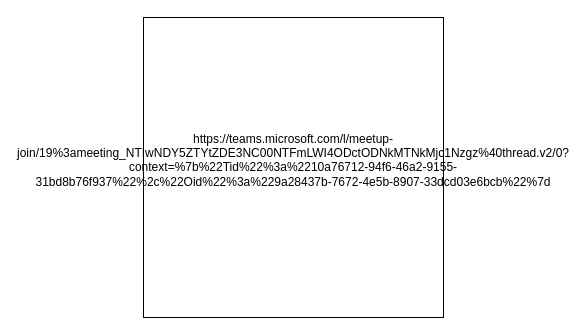
This is Diagrama sin título.drawio from rgil93/Prueba, a draw.io file, before an edit. Source tidied: cells renumbered, new cells numbered last; positions are measured from the earlier drawing's top-left corner, leaving out a move shared by most shapes. Both pictures are drawn from the tidied source at 100%, with x=0, y=0 at pixel (143, 17).
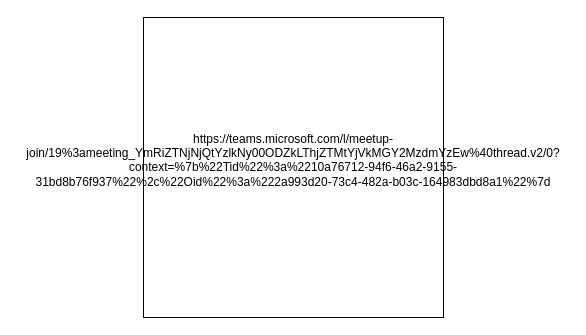
Above is the later version.

Change to the diagram source:
```diff
@@
 <mxGraphModel>
   <root>
     <mxCell id="0" />
     <mxCell id="1" parent="0" />
-    <mxCell id="2" value="https://teams.microsoft.com/l/meetup-join/19%3ameeting_NTIwNDY5ZTYtZDE3NC00NTFmLWI4ODctODNkMTNkMjc1Nzgz%40thread.v2/0?context=%7b%22Tid%22%3a%2210a76712-94f6-46a2-9155-31bd8b76f937%22%2c%22Oid%22%3a%229a28437b-7672-4e5b-8907-33dcd03e6bcb%22%7d&lt;div&gt;&lt;br&gt;&lt;/div&gt;" style="whiteSpace=wrap;html=1;" parent="1" vertex="1">
+    <mxCell id="2" value="&lt;div&gt;https://teams.microsoft.com/l/meetup-join/19%3ameeting_YmRiZTNjNjQtYzlkNy00ODZkLThjZTMtYjVkMGY2MzdmYzEw%40thread.v2/0?context=%7b%22Tid%22%3a%2210a76712-94f6-46a2-9155-31bd8b76f937%22%2c%22Oid%22%3a%222a993d20-73c4-482a-b03c-164983dbd8a1%22%7d&lt;/div&gt;&lt;div&gt;&lt;br&gt;&lt;/div&gt;" style="whiteSpace=wrap;html=1;" parent="1" vertex="1">
       <mxGeometry width="300" height="300" as="geometry" />
     </mxCell>
   </root>
 </mxGraphModel>
```
